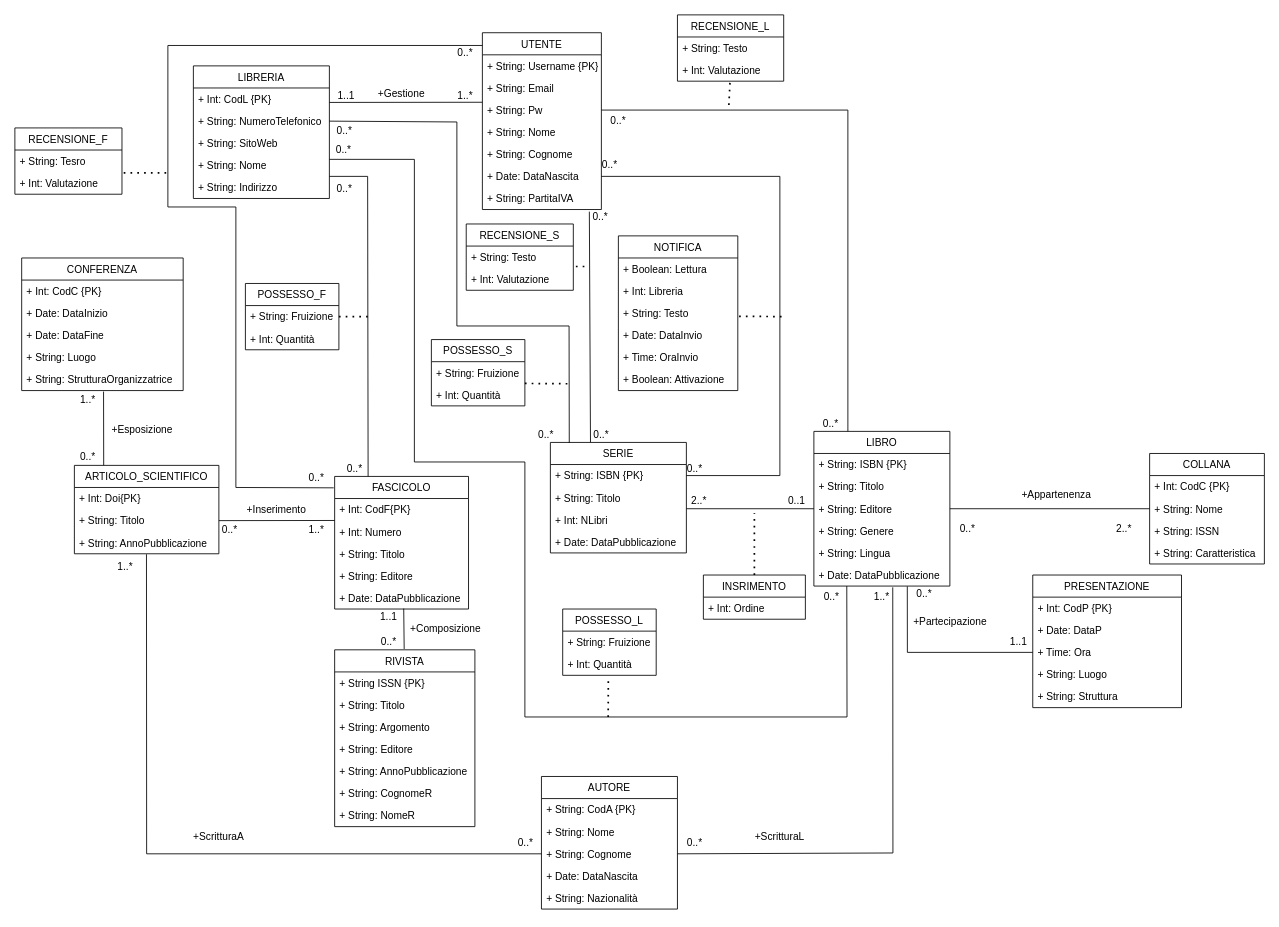
Giovk/Sistema-di-una-Bibleoteca-Digitale keeps this draw.io diagram as DiagrammaUML(ristrutturato).drawio. Above is the earlier version. Source tidied: cells renumbered, new cells numbered last; positions are measured from the earlier drawing's top-left corner, leaving out a move shared by most shapes. Both pictures are drawn from the tidied source at 85%, with x=0, y=0 at pixel (14, 14).
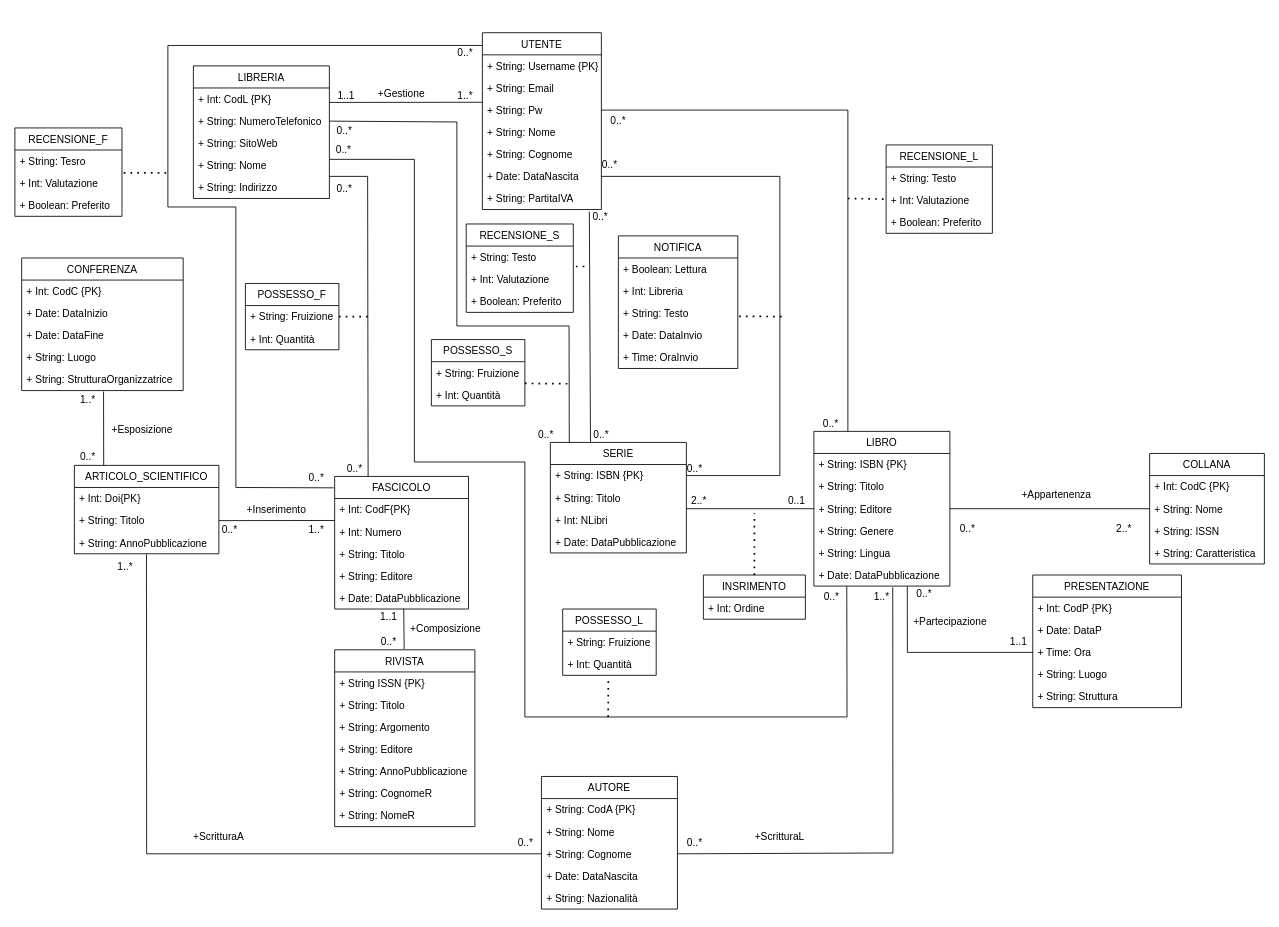
After the change.

The change refers to these unchanged cells:
```xml
<mxCell id="74" value="+ Int: Valutazione" style="text;strokeColor=none;fillColor=none;align=left;verticalAlign=top;spacingLeft=4;spacingRight=4;overflow=hidden;points=[[0,0.5],[1,0.5]];portConstraint=eastwest;" parent="72" vertex="1">
  <mxGeometry y="52" width="125" height="26" as="geometry" />
</mxCell>
```

What changed in the source:
```diff
@@
     <mxCell id="35" value="RECENSIONE_F" style="swimlane;fontStyle=0;horizontal=1;startSize=26;fillColor=none;" parent="1" vertex="1">
-      <mxGeometry y="133" width="126" height="78" as="geometry" />
+      <mxGeometry y="133" width="126" height="104" as="geometry" />
     </mxCell>
@@
+    <mxCell id="160" value="+ Boolean: Preferito" style="text;strokeColor=none;fillColor=none;align=left;verticalAlign=top;spacingLeft=4;spacingRight=4;overflow=hidden;" parent="35" vertex="1">
+      <mxGeometry y="78" width="126" height="26" as="geometry" />
+    </mxCell>
@@
     <mxCell id="50" value="RECENSIONE_S" style="swimlane;fontStyle=0;horizontal=1;startSize=26;fillColor=none;" parent="1" vertex="1">
-      <mxGeometry x="531" y="246" width="126" height="78" as="geometry" />
+      <mxGeometry x="531" y="246" width="126" height="104" as="geometry" />
     </mxCell>
@@
+    <mxCell id="155" value="+ Boolean: Preferito" style="text;strokeColor=none;fillColor=none;align=left;verticalAlign=top;spacingLeft=4;spacingRight=4;overflow=hidden;" parent="50" vertex="1">
+      <mxGeometry y="78" width="126" height="26" as="geometry" />
+    </mxCell>
@@
     <mxCell id="72" value="RECENSIONE_L" style="swimlane;fontStyle=0;horizontal=1;startSize=26;fillColor=none;" parent="1" vertex="1">
-      <mxGeometry x="779.5" width="125" height="78" as="geometry" />
+      <mxGeometry x="1025" y="153" width="125" height="104" as="geometry" />
     </mxCell>
@@
+    <mxCell id="161" value="+ Boolean: Preferito" style="text;strokeColor=none;fillColor=none;align=left;verticalAlign=top;spacingLeft=4;spacingRight=4;overflow=hidden;" parent="72" vertex="1">
+      <mxGeometry y="78" width="125" height="26" as="geometry" />
+    </mxCell>
     <mxCell id="75" style="endArrow=none;dashed=1;html=1;dashPattern=1 3;strokeWidth=2;rounded=0;" parent="1" edge="1" target="74">
       <mxGeometry relative="1" as="geometry">
-        <mxPoint x="840" y="106" as="sourcePoint" />
+        <mxPoint x="980" y="216" as="sourcePoint" />
       </mxGeometry>
     </mxCell>
@@
     <mxCell id="149" value="NOTIFICA" style="swimlane;fontStyle=0;horizontal=1;startSize=26;fillColor=none;" parent="1" vertex="1">
-      <mxGeometry x="710" y="260" width="140.5" height="182" as="geometry" />
+      <mxGeometry x="710" y="260" width="140.5" height="156" as="geometry" />
     </mxCell>
@@
-    <mxCell id="155" value="+ Boolean: Attivazione" style="text;strokeColor=none;fillColor=none;align=left;verticalAlign=top;spacingLeft=4;spacingRight=4;overflow=hidden;" parent="149" vertex="1">
-      <mxGeometry y="156" width="140.5" height="26" as="geometry" />
-    </mxCell>
```
